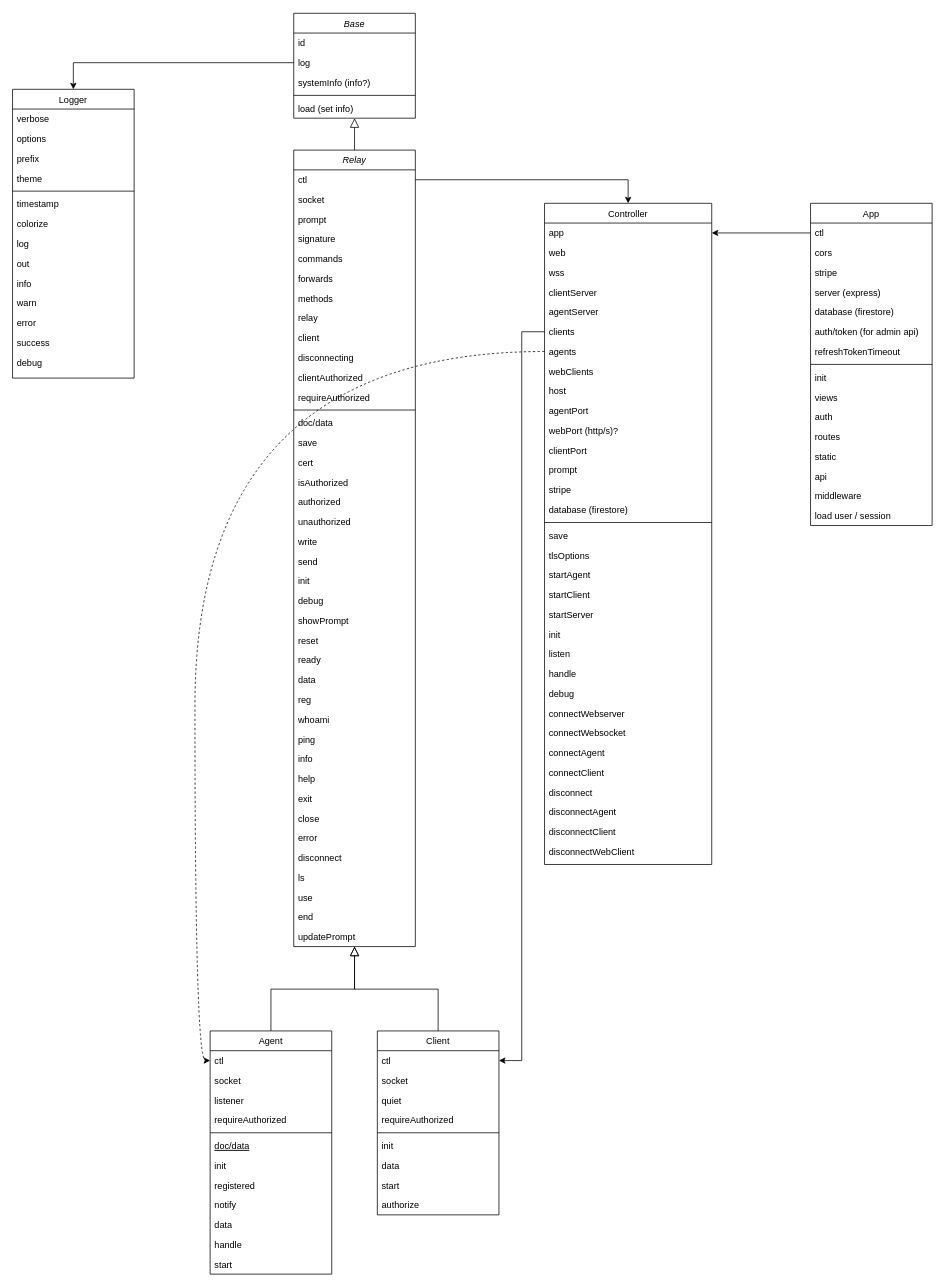
Before: Sockz-v1.drawio in sockz-charlie/sockz-charlie, a draw.io diagram. Source tidied: cells renumbered, new cells numbered last; positions are measured from the earlier drawing's top-left corner, leaving out a move shared by most shapes. Both pictures are drawn from the tidied source at 76%, with x=0, y=0 at pixel (12, 13).
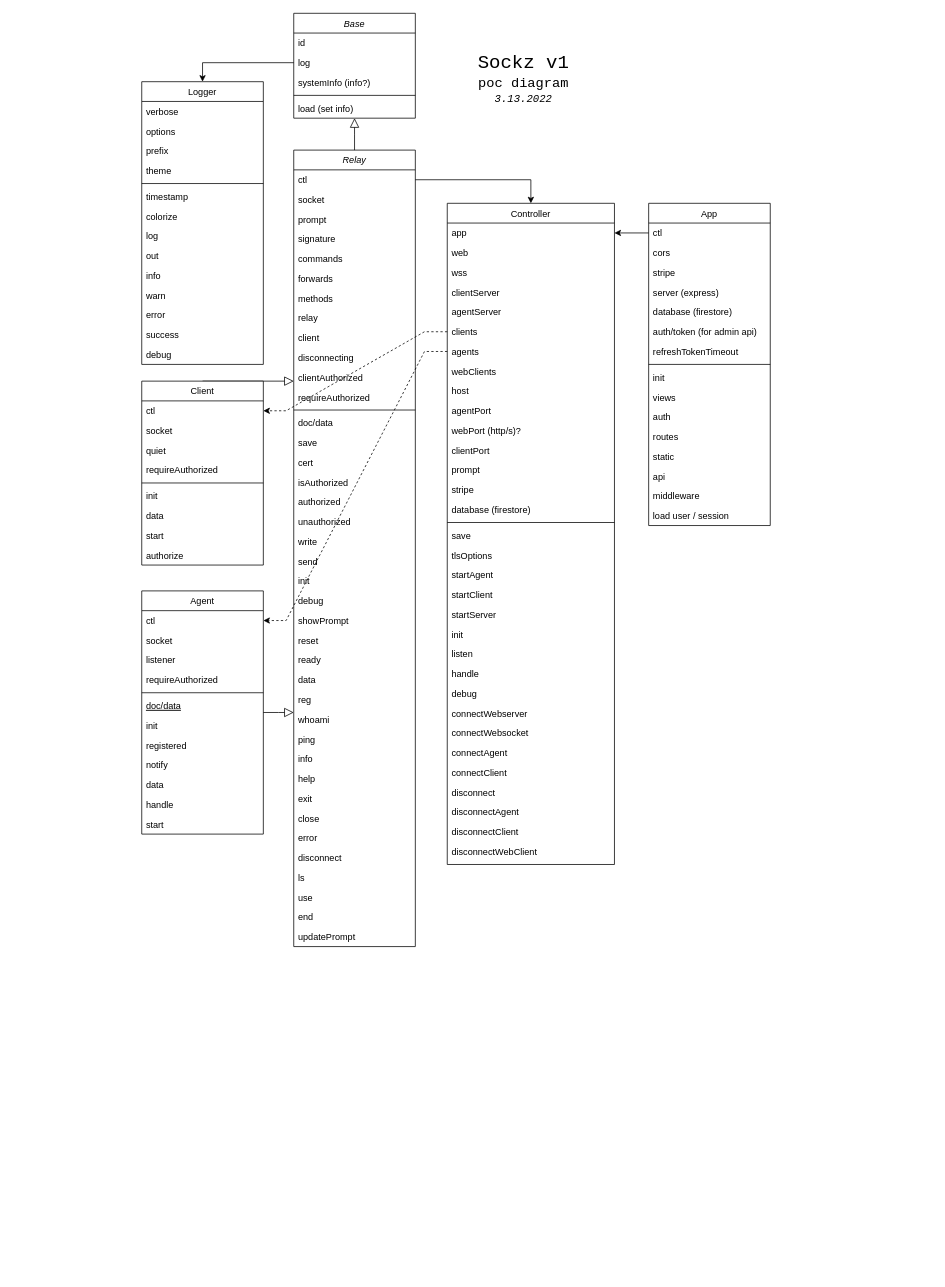
Above is the later version.

Unchanged cells that the change refers to:
```xml
<mxCell id="44" value="ctl" style="text;align=left;verticalAlign=top;spacingLeft=4;spacingRight=4;overflow=hidden;points=[[0,0.5],[1,0.5]];portConstraint=eastwest;rounded=0;shadow=0;html=0;" parent="43" vertex="1">
  <mxGeometry y="26" width="160" height="26" as="geometry" />
</mxCell>
<mxCell id="74" value="ctl" style="text;align=left;verticalAlign=top;spacingLeft=4;spacingRight=4;overflow=hidden;points=[[0,0.5],[1,0.5]];portConstraint=eastwest;rounded=0;shadow=0;html=0;" parent="73" vertex="1">
  <mxGeometry y="26" width="160" height="26" as="geometry" />
</mxCell>
<mxCell id="91" value="app" style="text;align=left;verticalAlign=top;spacingLeft=4;spacingRight=4;overflow=hidden;points=[[0,0.5],[1,0.5]];portConstraint=eastwest;" parent="90" vertex="1">
  <mxGeometry y="26" width="220" height="26" as="geometry" />
</mxCell>
<mxCell id="96" value="clients" style="text;align=left;verticalAlign=top;spacingLeft=4;spacingRight=4;overflow=hidden;points=[[0,0.5],[1,0.5]];portConstraint=eastwest;" parent="90" vertex="1">
  <mxGeometry y="156" width="220" height="26" as="geometry" />
</mxCell>
<mxCell id="97" value="agents" style="text;align=left;verticalAlign=top;spacingLeft=4;spacingRight=4;overflow=hidden;points=[[0,0.5],[1,0.5]];portConstraint=eastwest;" parent="90" vertex="1">
  <mxGeometry y="182" width="220" height="26" as="geometry" />
</mxCell>
<mxCell id="133" value="ctl" style="text;align=left;verticalAlign=top;spacingLeft=4;spacingRight=4;overflow=hidden;points=[[0,0.5],[1,0.5]];portConstraint=eastwest;" parent="132" vertex="1">
  <mxGeometry y="26" width="160" height="26" as="geometry" />
</mxCell>
```

Diff of the diagram source:
```diff
@@
     <mxCell id="43" value="Agent" style="swimlane;fontStyle=0;align=center;verticalAlign=top;horizontal=1;startSize=26;rounded=0;shadow=0;strokeWidth=1;" parent="1" vertex="1">
-      <mxGeometry x="260" y="1339" width="160" height="320" as="geometry" />
+      <mxGeometry x="170" y="760" width="160" height="320" as="geometry" />
     </mxCell>
@@
     <mxCell id="58" value="Logger" style="swimlane;fontStyle=0;align=center;verticalAlign=top;horizontal=1;startSize=26;rounded=0;shadow=0;strokeWidth=1;" parent="1" vertex="1">
-      <mxGeometry y="100" width="160" height="380" as="geometry" />
+      <mxGeometry x="170" y="90" width="160" height="372" as="geometry" />
     </mxCell>
@@
     <mxCell id="73" value="App" style="swimlane;fontStyle=0;align=center;verticalAlign=top;horizontal=1;startSize=26;rounded=0;shadow=0;strokeWidth=1;" parent="1" vertex="1">
-      <mxGeometry x="1050" y="250" width="160" height="424" as="geometry" />
+      <mxGeometry x="837" y="250" width="160" height="424" as="geometry" />
     </mxCell>
@@
     <mxCell id="90" value="Controller" style="swimlane;fontStyle=0;align=center;verticalAlign=top;horizontal=1;startSize=26;rounded=0;shadow=0;strokeWidth=1;" parent="1" vertex="1">
-      <mxGeometry x="700" y="250" width="220" height="870" as="geometry" />
+      <mxGeometry x="572" y="250" width="220" height="870" as="geometry" />
     </mxCell>
@@
     <mxCell id="132" value="Client" style="swimlane;fontStyle=0;align=center;verticalAlign=top;horizontal=1;startSize=26;rounded=0;shadow=0;strokeWidth=1;" parent="1" vertex="1">
-      <mxGeometry x="480" y="1339" width="160" height="242" as="geometry" />
+      <mxGeometry x="170" y="484" width="160" height="242" as="geometry" />
     </mxCell>
@@
-    <mxCell id="143" style="edgeStyle=entityRelationEdgeStyle;rounded=0;jettySize=auto;html=1;exitX=0;exitY=0.5;exitDx=0;exitDy=0;fontSize=18;" parent="1" edge="1" source="96" target="133">
+    <mxCell id="143" style="edgeStyle=entityRelationEdgeStyle;rounded=0;jettySize=auto;html=1;exitX=0;exitY=0.5;exitDx=0;exitDy=0;fontSize=18;dashed=1;" parent="1" edge="1" source="96" target="133">
       <mxGeometry relative="1" as="geometry" />
     </mxCell>
+    <mxCell id="145" style="edgeStyle=orthogonalEdgeStyle;rounded=0;jettySize=auto;html=1;exitX=0;exitY=0.5;exitDx=0;exitDy=0;fontSize=18;" parent="1" edge="1" source="74" target="91">
+      <mxGeometry relative="1" as="geometry" />
+    </mxCell>
-    <mxCell id="144" style="edgeStyle=orthogonalEdgeStyle;rounded=0;jettySize=auto;html=1;exitX=0;exitY=0.5;exitDx=0;exitDy=0;entryX=0;entryY=0.5;entryDx=0;entryDy=0;fontSize=18;curved=1;dashed=1;" parent="1" edge="1" source="97" target="44">
+    <mxCell id="144" style="edgeStyle=entityRelationEdgeStyle;rounded=0;jettySize=auto;html=1;exitX=0;exitY=0.5;exitDx=0;exitDy=0;dashed=1;fontSize=18;elbow=vertical;" parent="1" edge="1" source="97" target="44">
       <mxGeometry relative="1" as="geometry" />
     </mxCell>
-    <mxCell id="145" style="edgeStyle=orthogonalEdgeStyle;rounded=0;jettySize=auto;html=1;exitX=0;exitY=0.5;exitDx=0;exitDy=0;fontSize=18;" parent="1" edge="1" source="74" target="91">
-      <mxGeometry relative="1" as="geometry" />
-    </mxCell>
+    <mxCell id="146" value="&lt;div style=&quot;font-size: 25px&quot;&gt;&lt;font face=&quot;Courier New&quot;&gt;Sockz v1&lt;/font&gt;&lt;/div&gt;&lt;div&gt;&lt;font face=&quot;Courier New&quot;&gt;poc diagram&lt;/font&gt;&lt;/div&gt;&lt;div style=&quot;font-size: 14px&quot;&gt;&lt;i&gt;&lt;font style=&quot;font-size: 14px&quot; face=&quot;Courier New&quot;&gt;3.13.2022&lt;/font&gt;&lt;/i&gt;&lt;br&gt;&lt;/div&gt;" style="text;html=1;align=center;verticalAlign=middle;fillColor=none;strokeColor=none;rounded=0;fontSize=18;" parent="1" vertex="1">
+      <mxGeometry x="602" y="50" width="140" height="70" as="geometry" />
+    </mxCell>
```
